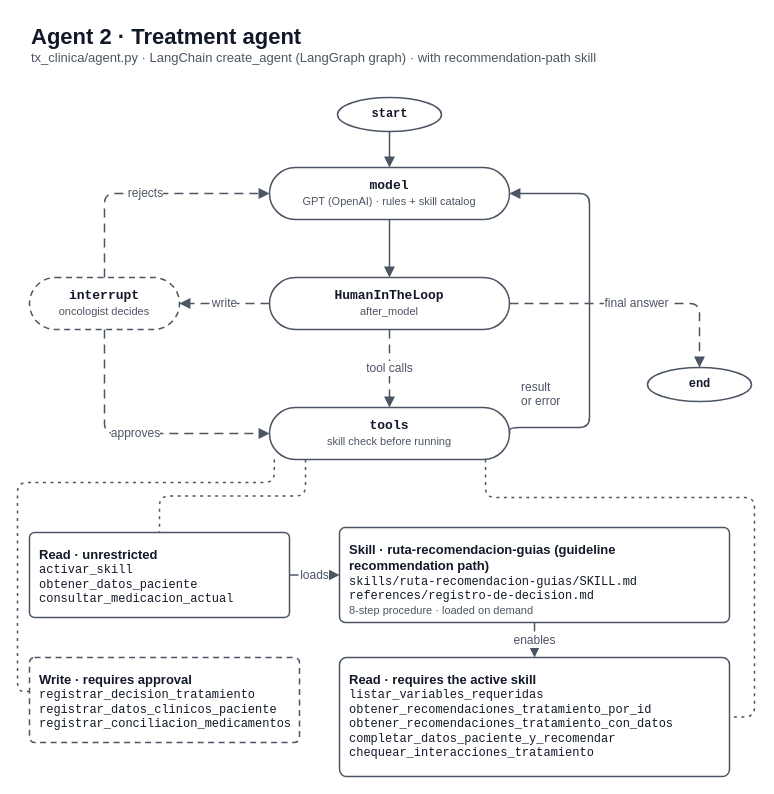
Paulina0209/Proyecto_4 keeps this draw.io diagram as docs/diagramas/agente_2_tratamiento.drawio. Above is the earlier version. Source tidied: cells renumbered, new cells numbered last; positions are measured from the earlier drawing's top-left corner, leaving out a move shared by most shapes. Both pictures are drawn from the tidied source at 100%, with x=0, y=0 at pixel (17, 17).
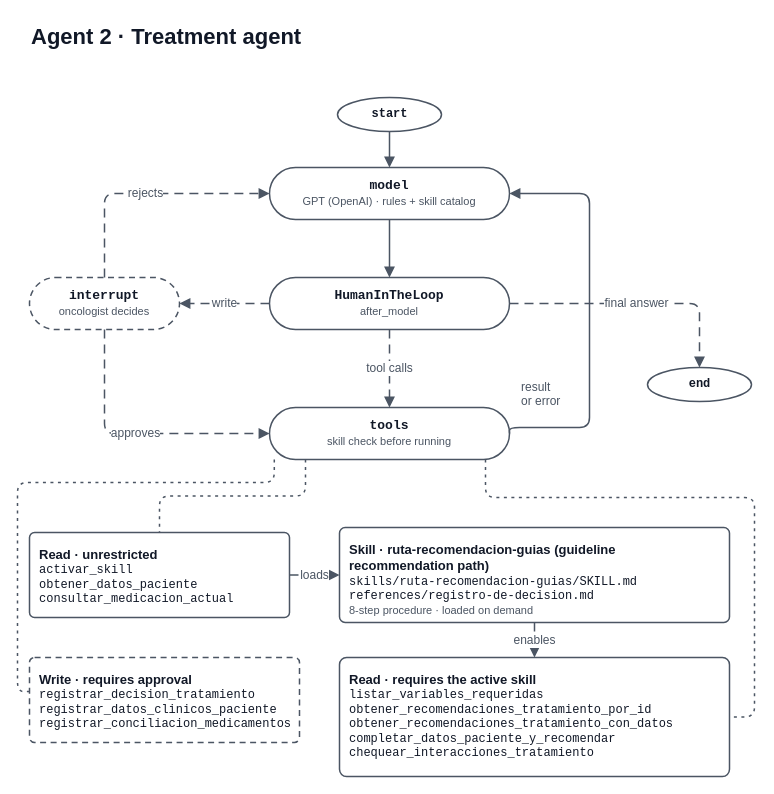
The same diagram, later.

What changed in the source:
```diff
@@
-    <mxCell id="2" value="&lt;b style=&quot;font-size:22px&quot;&gt;Agent 2 · Treatment agent&lt;/b&gt;&lt;br&gt;&lt;font style=&quot;font-size:13px&quot; color=&quot;#4B5563&quot;&gt;tx_clinica/agent.py · LangChain create_agent (LangGraph graph) · with recommendation-path skill&lt;/font&gt;" style="text;html=1;strokeColor=none;fillColor=none;align=left;verticalAlign=top;fontColor=#111827;" parent="1" vertex="1">
+    <mxCell id="2" value="&lt;b style=&quot;font-size:22px&quot;&gt;Agent 2 · Treatment agent&lt;/b&gt;" style="text;html=1;strokeColor=none;fillColor=none;align=left;verticalAlign=top;fontColor=#111827;" parent="1" vertex="1">
       <mxGeometry x="12" width="700" height="56" as="geometry" />
     </mxCell>
```
